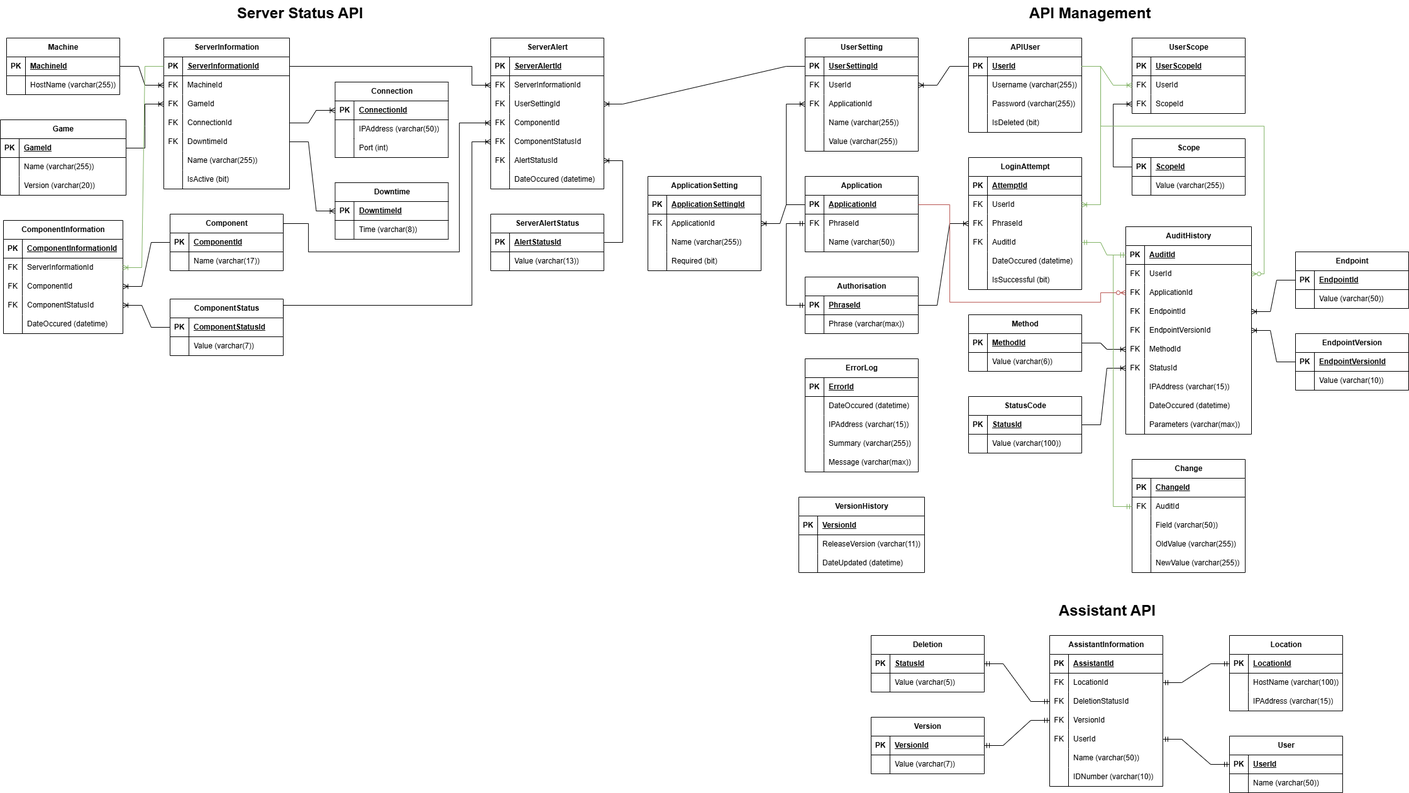
Before: Database ERD.png, a diagram exported from draw.io (LegendarySpork9/Hunter-Industries-API). Source tidied: cells renumbered, new cells last; positions are measured from the earlier drawing's top-left corner, leaving out a move shared by most shapes.
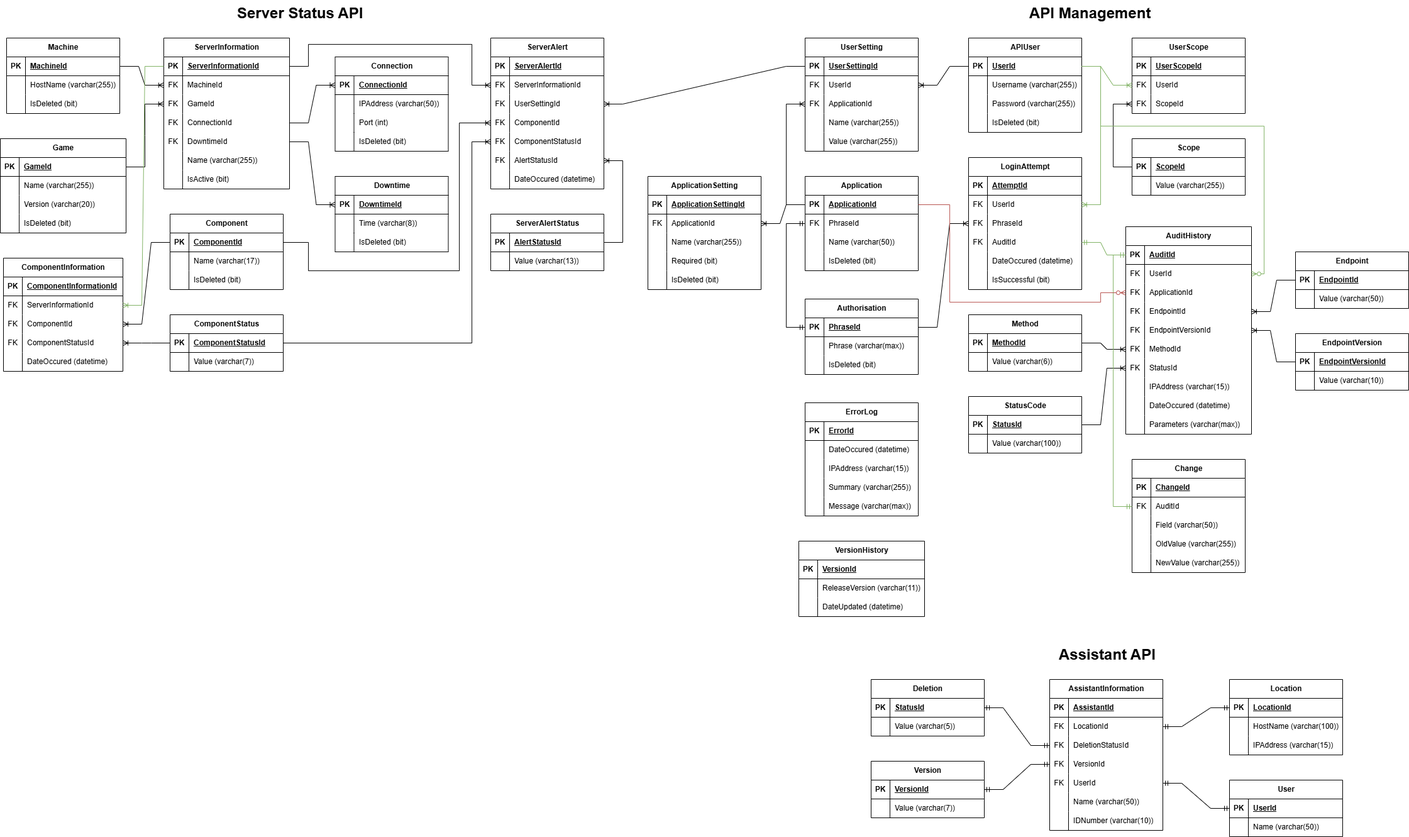
The same file after the commit.

The edit, as a diff of the source:
```diff
@@ -5,3 +5,3 @@
     <mxCell id="2" value="Authorisation" style="shape=table;startSize=30;rowLines=0;fontStyle=1;align=center;html=1;" parent="1" vertex="1">
-      <mxGeometry x="1280" y="440" width="180" height="90" as="geometry" />
+      <mxGeometry x="1280" y="475" width="180" height="120" as="geometry" />
     </mxCell>
@@ -25,4 +25,13 @@
     </mxCell>
+    <mxCell id="401" style="shape=tableRow;horizontal=0;startSize=0;swimlaneHead=0;swimlaneBody=0;fillColor=none;top=0;left=0;right=0;bottom=0;" parent="2" vertex="1">
+      <mxGeometry y="90" width="180" height="30" as="geometry" />
+    </mxCell>
+    <mxCell id="402" style="shape=partialRectangle;fillColor=none;top=0;left=0;bottom=0;right=0;overflow=hidden;whiteSpace=wrap;html=1;" parent="401" vertex="1">
+      <mxGeometry width="30" height="30" as="geometry" />
+    </mxCell>
+    <mxCell id="403" value="IsDeleted (bit)" style="shape=partialRectangle;fillColor=none;top=0;left=0;bottom=0;right=0;align=left;spacingLeft=6;overflow=hidden;whiteSpace=wrap;html=1;" parent="401" vertex="1">
+      <mxGeometry x="30" width="150" height="30" as="geometry" />
+    </mxCell>
     <mxCell id="9" value="AssistantInformation" style="shape=table;startSize=30;rowLines=0;fontStyle=1;align=center;html=1;" parent="1" vertex="1">
-      <mxGeometry x="1669" y="1010" width="180" height="240" as="geometry" />
+      <mxGeometry x="1669" y="1080" width="180" height="240" as="geometry" />
     </mxCell>
@@ -92,3 +101,3 @@
     <mxCell id="31" value="Location" style="shape=table;startSize=30;rowLines=0;fontStyle=1;align=center;html=1;" parent="1" vertex="1">
-      <mxGeometry x="1955" y="1010" width="180" height="120" as="geometry" />
+      <mxGeometry x="1955" y="1080" width="180" height="120" as="geometry" />
     </mxCell>
@@ -122,3 +131,3 @@
     <mxCell id="41" value="User" style="shape=table;startSize=30;rowLines=0;fontStyle=1;align=center;html=1;" parent="1" vertex="1">
-      <mxGeometry x="1955" y="1170" width="180" height="90" as="geometry" />
+      <mxGeometry x="1955" y="1240" width="180" height="90" as="geometry" />
     </mxCell>
@@ -143,3 +152,3 @@
     <mxCell id="48" value="Deletion" style="shape=table;startSize=30;rowLines=0;fontStyle=1;align=center;html=1;" parent="1" vertex="1">
-      <mxGeometry x="1385" y="1010" width="180" height="90" as="geometry" />
+      <mxGeometry x="1385" y="1080" width="180" height="90" as="geometry" />
     </mxCell>
@@ -173,3 +182,3 @@
     <mxCell id="58" value="Version" style="shape=table;startSize=30;rowLines=0;fontStyle=1;align=center;html=1;" parent="1" vertex="1">
-      <mxGeometry x="1385" y="1140" width="180" height="90" as="geometry" />
+      <mxGeometry x="1385" y="1210" width="180" height="90" as="geometry" />
     </mxCell>
@@ -419,3 +428,3 @@
     <mxCell id="140" value="Application" style="shape=table;startSize=30;rowLines=0;fontStyle=1;align=center;html=1;" parent="1" vertex="1">
-      <mxGeometry x="1280" y="280" width="180" height="120" as="geometry" />
+      <mxGeometry x="1280" y="280" width="180" height="150" as="geometry" />
     </mxCell>
@@ -448,2 +457,11 @@
     </mxCell>
+    <mxCell id="404" style="shape=tableRow;horizontal=0;startSize=0;swimlaneHead=0;swimlaneBody=0;fillColor=none;top=0;left=0;right=0;bottom=0;" parent="140" vertex="1">
+      <mxGeometry y="120" width="180" height="30" as="geometry" />
+    </mxCell>
+    <mxCell id="405" style="shape=partialRectangle;fillColor=none;top=0;left=0;bottom=0;right=0;overflow=hidden;whiteSpace=wrap;html=1;" parent="404" vertex="1">
+      <mxGeometry width="30" height="30" as="geometry" />
+    </mxCell>
+    <mxCell id="406" value="IsDeleted (bit)" style="shape=partialRectangle;fillColor=none;top=0;left=0;bottom=0;right=0;align=left;spacingLeft=6;overflow=hidden;whiteSpace=wrap;html=1;" parent="404" vertex="1">
+      <mxGeometry x="30" width="150" height="30" as="geometry" />
+    </mxCell>
     <mxCell id="150" value="StatusCode" style="shape=table;startSize=30;rowLines=0;fontStyle=1;align=center;html=1;" parent="1" vertex="1">
@@ -470,3 +488,3 @@
     <mxCell id="157" value="ErrorLog" style="shape=table;startSize=30;rowLines=0;fontStyle=1;align=center;html=1;" parent="1" vertex="1">
-      <mxGeometry x="1280" y="570" width="180" height="180" as="geometry" />
+      <mxGeometry x="1280" y="640" width="180" height="180" as="geometry" />
     </mxCell>
@@ -648,3 +666,3 @@
     <mxCell id="215" value="&lt;h1 style=&quot;margin-top: 0px;&quot;&gt;Assistant API&lt;/h1&gt;" style="text;html=1;whiteSpace=wrap;overflow=hidden;rounded=0;" parent="1" vertex="1">
-      <mxGeometry x="1682" y="950" width="156" height="40" as="geometry" />
+      <mxGeometry x="1682" y="1020" width="156" height="40" as="geometry" />
     </mxCell>
@@ -790,3 +808,3 @@
     <mxCell id="259" value="Machine" style="shape=table;startSize=30;rowLines=0;fontStyle=1;align=center;html=1;" parent="1" vertex="1">
-      <mxGeometry x="10" y="60" width="180" height="90" as="geometry" />
+      <mxGeometry x="10" y="60" width="180" height="120" as="geometry" />
     </mxCell>
@@ -810,4 +828,13 @@
     </mxCell>
+    <mxCell id="407" style="shape=tableRow;horizontal=0;startSize=0;swimlaneHead=0;swimlaneBody=0;fillColor=none;top=0;left=0;right=0;bottom=0;" parent="259" vertex="1">
+      <mxGeometry y="90" width="180" height="30" as="geometry" />
+    </mxCell>
+    <mxCell id="408" style="shape=partialRectangle;fillColor=none;top=0;left=0;bottom=0;right=0;overflow=hidden;whiteSpace=wrap;html=1;" parent="407" vertex="1">
+      <mxGeometry width="30" height="30" as="geometry" />
+    </mxCell>
+    <mxCell id="409" value="IsDeleted (bit)" style="shape=partialRectangle;fillColor=none;top=0;left=0;bottom=0;right=0;align=left;spacingLeft=6;overflow=hidden;whiteSpace=wrap;html=1;" parent="407" vertex="1">
+      <mxGeometry x="30" width="150" height="30" as="geometry" />
+    </mxCell>
     <mxCell id="266" value="Game" style="shape=table;startSize=30;rowLines=0;fontStyle=1;align=center;html=1;" parent="1" vertex="1">
-      <mxGeometry y="190" width="200" height="120" as="geometry" />
+      <mxGeometry y="220" width="200" height="150" as="geometry" />
     </mxCell>
@@ -840,4 +867,13 @@
     </mxCell>
+    <mxCell id="410" style="shape=tableRow;horizontal=0;startSize=0;swimlaneHead=0;swimlaneBody=0;fillColor=none;top=0;left=0;right=0;bottom=0;" parent="266" vertex="1">
+      <mxGeometry y="120" width="200" height="30" as="geometry" />
+    </mxCell>
+    <mxCell id="411" style="shape=partialRectangle;fillColor=none;top=0;left=0;bottom=0;right=0;overflow=hidden;whiteSpace=wrap;html=1;" parent="410" vertex="1">
+      <mxGeometry width="30" height="30" as="geometry" />
+    </mxCell>
+    <mxCell id="412" value="IsDeleted (bit)" style="shape=partialRectangle;fillColor=none;top=0;left=0;bottom=0;right=0;align=left;spacingLeft=6;overflow=hidden;whiteSpace=wrap;html=1;" parent="410" vertex="1">
+      <mxGeometry x="30" width="170" height="30" as="geometry" />
+    </mxCell>
     <mxCell id="276" value="ComponentInformation" style="shape=table;startSize=30;rowLines=0;fontStyle=1;align=center;html=1;" parent="1" vertex="1">
-      <mxGeometry x="5" y="350" width="190" height="180" as="geometry" />
+      <mxGeometry x="5" y="410" width="190" height="180" as="geometry" />
     </mxCell>
@@ -889,3 +925,3 @@
     <mxCell id="292" value="Component" style="shape=table;startSize=30;rowLines=0;fontStyle=1;align=center;html=1;" parent="1" vertex="1">
-      <mxGeometry x="270" y="340" width="180" height="90" as="geometry" />
+      <mxGeometry x="270" y="340" width="180" height="120" as="geometry" />
     </mxCell>
@@ -909,4 +945,13 @@
     </mxCell>
+    <mxCell id="413" style="shape=tableRow;horizontal=0;startSize=0;swimlaneHead=0;swimlaneBody=0;fillColor=none;top=0;left=0;right=0;bottom=0;" parent="292" vertex="1">
+      <mxGeometry y="90" width="180" height="30" as="geometry" />
+    </mxCell>
+    <mxCell id="414" style="shape=partialRectangle;fillColor=none;top=0;left=0;bottom=0;right=0;overflow=hidden;whiteSpace=wrap;html=1;" parent="413" vertex="1">
+      <mxGeometry width="30" height="30" as="geometry" />
+    </mxCell>
+    <mxCell id="415" value="IsDeleted (bit)" style="shape=partialRectangle;fillColor=none;top=0;left=0;bottom=0;right=0;align=left;spacingLeft=6;overflow=hidden;whiteSpace=wrap;html=1;" parent="413" vertex="1">
+      <mxGeometry x="30" width="150" height="30" as="geometry" />
+    </mxCell>
     <mxCell id="299" value="ComponentStatus" style="shape=table;startSize=30;rowLines=0;fontStyle=1;align=center;html=1;" parent="1" vertex="1">
-      <mxGeometry x="270" y="475" width="180" height="90" as="geometry" />
+      <mxGeometry x="270" y="500" width="180" height="90" as="geometry" />
     </mxCell>
@@ -941,3 +986,3 @@
         <Array as="points">
-          <mxPoint x="1250" y="485" />
+          <mxPoint x="1250" y="520" />
           <mxPoint x="1250" y="355" />
@@ -1054,5 +1099,5 @@
         <Array as="points">
-          <mxPoint x="490" y="355" />
-          <mxPoint x="490" y="400" />
-          <mxPoint x="730" y="400" />
+          <mxPoint x="490" y="385" />
+          <mxPoint x="490" y="430" />
+          <mxPoint x="730" y="430" />
           <mxPoint x="730" y="195" />
@@ -1064,3 +1109,3 @@
         <Array as="points">
-          <mxPoint x="750" y="485" />
+          <mxPoint x="750" y="545" />
           <mxPoint x="750" y="225" />
@@ -1072,3 +1117,5 @@
         <Array as="points">
-          <mxPoint x="750" y="105" />
+          <mxPoint x="490" y="105" />
+          <mxPoint x="490" y="70" />
+          <mxPoint x="750" y="70" />
           <mxPoint x="750" y="135" />
@@ -1084,3 +1131,3 @@
     <mxCell id="348" value="Connection" style="shape=table;startSize=30;rowLines=0;fontStyle=1;align=center;html=1;" parent="1" vertex="1">
-      <mxGeometry x="532.5" y="130" width="180" height="120" as="geometry" />
+      <mxGeometry x="532.5" y="90" width="180" height="150" as="geometry" />
     </mxCell>
@@ -1113,2 +1160,11 @@
     </mxCell>
+    <mxCell id="416" style="shape=tableRow;horizontal=0;startSize=0;swimlaneHead=0;swimlaneBody=0;fillColor=none;top=0;left=0;right=0;bottom=0;" parent="348" vertex="1">
+      <mxGeometry y="120" width="180" height="30" as="geometry" />
+    </mxCell>
+    <mxCell id="417" style="shape=partialRectangle;fillColor=none;top=0;left=0;bottom=0;right=0;overflow=hidden;whiteSpace=wrap;html=1;" parent="416" vertex="1">
+      <mxGeometry width="30" height="30" as="geometry" />
+    </mxCell>
+    <mxCell id="418" value="IsDeleted (bit)" style="shape=partialRectangle;fillColor=none;top=0;left=0;bottom=0;right=0;align=left;spacingLeft=6;overflow=hidden;whiteSpace=wrap;html=1;" parent="416" vertex="1">
+      <mxGeometry x="30" width="150" height="30" as="geometry" />
+    </mxCell>
     <mxCell id="358" style="edgeStyle=entityRelationEdgeStyle;fontSize=12;html=1;endArrow=ERoneToMany;rounded=0;entryX=0;entryY=0.5;entryDx=0;entryDy=0;exitX=1;exitY=0.5;exitDx=0;exitDy=0;" parent="1" edge="1" source="247" target="349">
@@ -1117,3 +1173,3 @@
     <mxCell id="359" value="Downtime" style="shape=table;startSize=30;rowLines=0;fontStyle=1;align=center;html=1;" parent="1" vertex="1">
-      <mxGeometry x="532.5" y="290" width="180" height="90" as="geometry" />
+      <mxGeometry x="532.5" y="280" width="180" height="120" as="geometry" />
     </mxCell>
@@ -1137,2 +1193,11 @@
     </mxCell>
+    <mxCell id="419" style="shape=tableRow;horizontal=0;startSize=0;swimlaneHead=0;swimlaneBody=0;fillColor=none;top=0;left=0;right=0;bottom=0;" parent="359" vertex="1">
+      <mxGeometry y="90" width="180" height="30" as="geometry" />
+    </mxCell>
+    <mxCell id="420" style="shape=partialRectangle;fillColor=none;top=0;left=0;bottom=0;right=0;overflow=hidden;whiteSpace=wrap;html=1;" parent="419" vertex="1">
+      <mxGeometry width="30" height="30" as="geometry" />
+    </mxCell>
+    <mxCell id="421" value="IsDeleted (bit)" style="shape=partialRectangle;fillColor=none;top=0;left=0;bottom=0;right=0;align=left;spacingLeft=6;overflow=hidden;whiteSpace=wrap;html=1;" parent="419" vertex="1">
+      <mxGeometry x="30" width="150" height="30" as="geometry" />
+    </mxCell>
     <mxCell id="366" style="edgeStyle=entityRelationEdgeStyle;fontSize=12;html=1;endArrow=ERoneToMany;rounded=0;entryX=0;entryY=0.5;entryDx=0;entryDy=0;exitX=1;exitY=0.5;exitDx=0;exitDy=0;" parent="1" edge="1" source="250" target="360">
@@ -1141,3 +1206,3 @@
     <mxCell id="367" value="VersionHistory" style="shape=table;startSize=30;rowLines=0;fontStyle=1;align=center;html=1;" parent="1" vertex="1">
-      <mxGeometry x="1270" y="790" width="200" height="120" as="geometry" />
+      <mxGeometry x="1270" y="860" width="200" height="120" as="geometry" />
     </mxCell>
@@ -1215,3 +1280,3 @@
     <mxCell id="387" value="ApplicationSetting" style="shape=table;startSize=30;rowLines=0;fontStyle=1;align=center;html=1;" parent="1" vertex="1">
-      <mxGeometry x="1030" y="280" width="180" height="150" as="geometry" />
+      <mxGeometry x="1030" y="280" width="180" height="180" as="geometry" />
     </mxCell>
@@ -1253,2 +1318,11 @@
     </mxCell>
+    <mxCell id="422" style="shape=tableRow;horizontal=0;startSize=0;swimlaneHead=0;swimlaneBody=0;fillColor=none;top=0;left=0;right=0;bottom=0;" parent="387" vertex="1">
+      <mxGeometry y="150" width="180" height="30" as="geometry" />
+    </mxCell>
+    <mxCell id="423" style="shape=partialRectangle;fillColor=none;top=0;left=0;bottom=0;right=0;overflow=hidden;whiteSpace=wrap;html=1;" parent="422" vertex="1">
+      <mxGeometry width="30" height="30" as="geometry" />
+    </mxCell>
+    <mxCell id="424" value="IsDeleted (bit)" style="shape=partialRectangle;fillColor=none;top=0;left=0;bottom=0;right=0;align=left;spacingLeft=6;overflow=hidden;whiteSpace=wrap;html=1;" parent="422" vertex="1">
+      <mxGeometry x="30" width="150" height="30" as="geometry" />
+    </mxCell>
     <mxCell id="400" style="edgeStyle=entityRelationEdgeStyle;fontSize=12;html=1;endArrow=ERoneToMany;rounded=0;entryX=1;entryY=0.5;entryDx=0;entryDy=0;exitX=0;exitY=0.5;exitDx=0;exitDy=0;" parent="1" edge="1" source="141" target="391">
```
